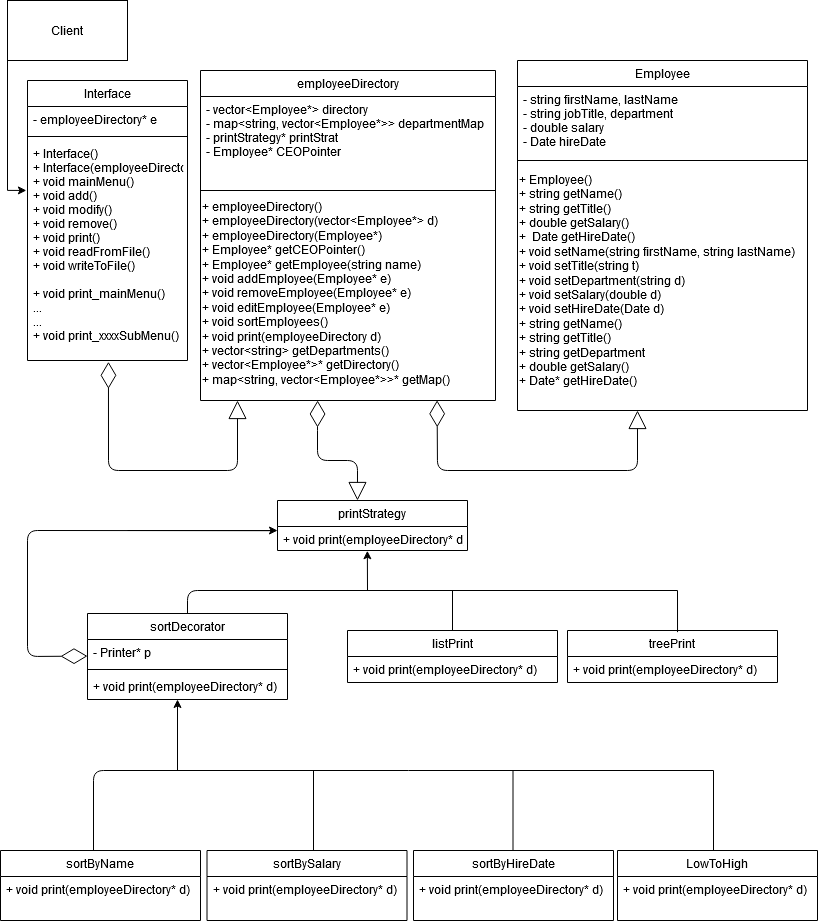
Above: images/final_diagram.png in davids598/EmployeeDirectoryProgram (draw.io), before the change. Source tidied: cells renumbered, new cells last; positions are measured from the earlier drawing's top-left corner, leaving out a move shared by most shapes.
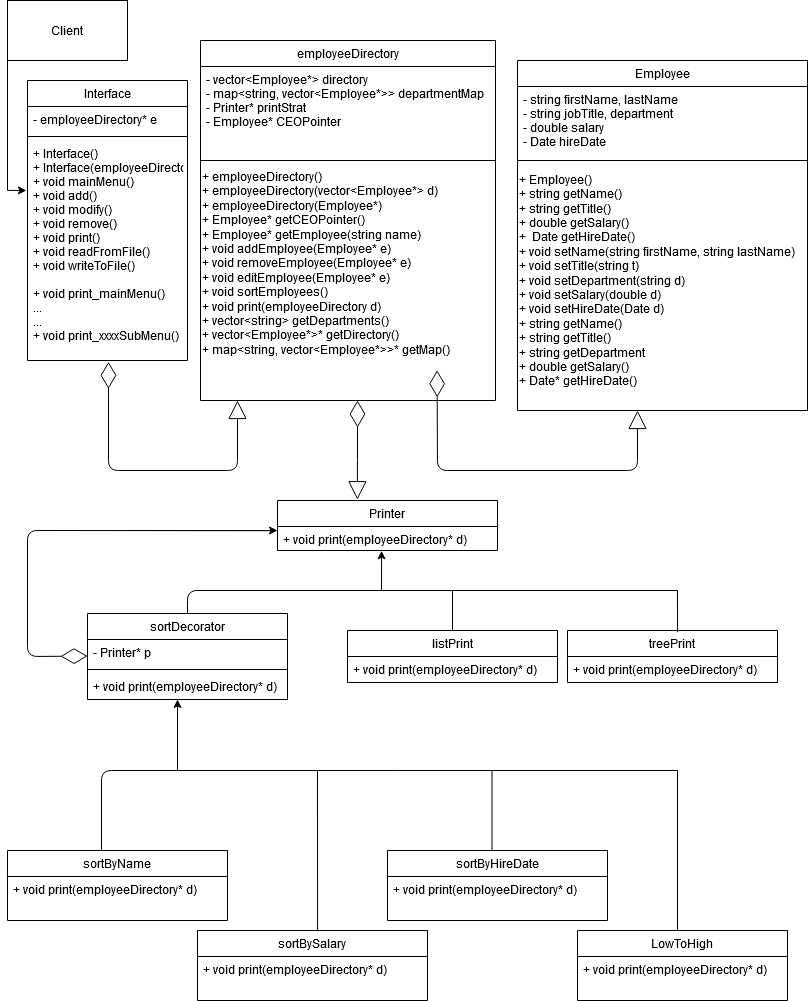
After the change.

Commit message:
updated class diagram

The edit, as a diff of the source:
```diff
@@ -15,15 +15,15 @@
       <mxGeometry y="110" width="290" height="220" as="geometry" />
     </mxCell>
     <mxCell id="6" value="LowToHigh" style="swimlane;fontStyle=0;align=center;verticalAlign=top;horizontal=1;startSize=26;rounded=0;shadow=0;strokeWidth=1;" parent="1" vertex="1">
-      <mxGeometry x="617" y="850" width="200" height="70" as="geometry" />
+      <mxGeometry x="577" y="930" width="210" height="70" as="geometry" />
     </mxCell>
     <mxCell id="7" value="+ void print(employeeDirectory* d)" style="text;align=left;verticalAlign=top;spacingLeft=4;spacingRight=4;overflow=hidden;" parent="6" vertex="1">
-      <mxGeometry y="26" width="200" height="26" as="geometry" />
+      <mxGeometry y="26" width="210" height="26" as="geometry" />
     </mxCell>
     <mxCell id="8" value="employeeDirectory" style="swimlane;fontStyle=0;align=center;verticalAlign=top;horizontal=1;startSize=26;rounded=0;shadow=0;strokeWidth=1;" parent="1" vertex="1">
-      <mxGeometry x="200" y="70" width="295" height="330" as="geometry" />
+      <mxGeometry x="200" y="40" width="295" height="360" as="geometry" />
     </mxCell>
-    <mxCell id="9" value="- vector&lt;Employee*&gt; directory&#10;- map&lt;string, vector&lt;Employee*&gt;&gt; departmentMap&#10;- printStrategy* printStrat&#10;- Employee* CEOPointer&#10;&#10;" style="text;align=left;verticalAlign=top;spacingLeft=4;spacingRight=4;overflow=hidden;" parent="8" vertex="1">
+    <mxCell id="9" value="- vector&lt;Employee*&gt; directory&#10;- map&lt;string, vector&lt;Employee*&gt;&gt; departmentMap&#10;- Printer* printStrat&#10;- Employee* CEOPointer&#10;&#10;" style="text;align=left;verticalAlign=top;spacingLeft=4;spacingRight=4;overflow=hidden;" parent="8" vertex="1">
       <mxGeometry y="26" width="295" height="84" as="geometry" />
     </mxCell>
     <mxCell id="10" style="line;html=1;strokeWidth=1;align=left;verticalAlign=middle;spacingTop=-1;spacingLeft=3;spacingRight=3;labelPosition=right;" parent="8" vertex="1">
@@ -33,16 +33,16 @@
       <mxGeometry y="130" width="295" height="200" as="geometry" />
     </mxCell>
     <mxCell id="12" value="sortBySalary" style="swimlane;fontStyle=0;align=center;verticalAlign=top;horizontal=1;startSize=26;rounded=0;shadow=0;strokeWidth=1;" parent="1" vertex="1">
-      <mxGeometry x="206.5" y="850" width="200" height="70" as="geometry" />
+      <mxGeometry x="197" y="930" width="230" height="70" as="geometry" />
     </mxCell>
     <mxCell id="13" value="+ void print(employeeDirectory* d)" style="text;align=left;verticalAlign=top;spacingLeft=4;spacingRight=4;overflow=hidden;" parent="12" vertex="1">
-      <mxGeometry y="26" width="200" height="26" as="geometry" />
+      <mxGeometry y="26" width="230" height="26" as="geometry" />
     </mxCell>
     <mxCell id="14" value="sortByName" style="swimlane;fontStyle=0;align=center;verticalAlign=top;horizontal=1;startSize=26;rounded=0;shadow=0;strokeWidth=1;" parent="1" vertex="1">
-      <mxGeometry y="850" width="200" height="70" as="geometry" />
+      <mxGeometry x="7" y="850" width="220" height="70" as="geometry" />
     </mxCell>
     <mxCell id="15" value="+ void print(employeeDirectory* d)" style="text;align=left;verticalAlign=top;spacingLeft=4;spacingRight=4;overflow=hidden;" parent="14" vertex="1">
-      <mxGeometry y="26" width="200" height="26" as="geometry" />
+      <mxGeometry y="26" width="220" height="26" as="geometry" />
     </mxCell>
     <mxCell id="16" style="edgeStyle=orthogonalEdgeStyle;rounded=0;jettySize=auto;html=1;entryX=-0.007;entryY=0.227;entryDx=0;entryDy=0;entryPerimeter=0;" parent="1" edge="1" source="17" target="39">
       <mxGeometry relative="1" as="geometry">
@@ -66,17 +66,17 @@
     <mxCell id="21" value="+ void print(employeeDirectory* d)" style="text;align=left;verticalAlign=top;spacingLeft=4;spacingRight=4;overflow=hidden;" parent="20" vertex="1">
       <mxGeometry y="26" width="210" height="26" as="geometry" />
     </mxCell>
-    <mxCell id="22" value="printStrategy" style="swimlane;fontStyle=0;align=center;verticalAlign=top;horizontal=1;startSize=26;" parent="1" vertex="1">
-      <mxGeometry x="277" y="500" width="190" height="50" as="geometry" />
+    <mxCell id="22" value="Printer" style="swimlane;fontStyle=0;align=center;verticalAlign=top;horizontal=1;startSize=26;" parent="1" vertex="1">
+      <mxGeometry x="277" y="500" width="220" height="50" as="geometry" />
     </mxCell>
     <mxCell id="23" value="+ void print(employeeDirectory* d)&#10;" style="text;strokeColor=none;fillColor=none;align=left;verticalAlign=top;spacingLeft=4;spacingRight=4;overflow=hidden;points=[[0,0.5],[1,0.5]];portConstraint=eastwest;" parent="22" vertex="1">
-      <mxGeometry y="26" width="190" height="24" as="geometry" />
+      <mxGeometry y="26" width="220" height="24" as="geometry" />
     </mxCell>
     <mxCell id="24" value="sortByHireDate" style="swimlane;fontStyle=0;align=center;verticalAlign=top;horizontal=1;startSize=26;rounded=0;shadow=0;strokeWidth=1;" parent="1" vertex="1">
-      <mxGeometry x="413" y="850" width="200" height="70" as="geometry" />
+      <mxGeometry x="387" y="850" width="220" height="70" as="geometry" />
     </mxCell>
     <mxCell id="25" value="+ void print(employeeDirectory* d)" style="text;align=left;verticalAlign=top;spacingLeft=4;spacingRight=4;overflow=hidden;" parent="24" vertex="1">
-      <mxGeometry y="26" width="200" height="26" as="geometry" />
+      <mxGeometry y="26" width="220" height="26" as="geometry" />
     </mxCell>
     <mxCell id="26" style="endArrow=none;html=1;exitX=0.5;exitY=0;exitDx=0;exitDy=0;" parent="1" edge="1">
       <mxGeometry relative="1" as="geometry">
@@ -99,34 +99,34 @@
     </mxCell>
     <mxCell id="29" style="endArrow=none;html=1;" parent="1" edge="1">
       <mxGeometry relative="1" as="geometry">
-        <mxPoint x="93" y="850" as="sourcePoint" />
-        <mxPoint x="713" y="770" as="targetPoint" />
+        <mxPoint x="101" y="850" as="sourcePoint" />
+        <mxPoint x="677" y="770" as="targetPoint" />
         <Array as="points">
-          <mxPoint x="93" y="770" />
+          <mxPoint x="101" y="770" />
         </Array>
       </mxGeometry>
     </mxCell>
     <mxCell id="30" style="endArrow=none;html=1;" parent="1" edge="1">
       <mxGeometry relative="1" as="geometry">
-        <mxPoint x="713" y="850" as="sourcePoint" />
-        <mxPoint x="713" y="770" as="targetPoint" />
+        <mxPoint x="677" y="930" as="sourcePoint" />
+        <mxPoint x="677" y="770" as="targetPoint" />
       </mxGeometry>
     </mxCell>
     <mxCell id="31" style="endArrow=none;html=1;" parent="1" edge="1">
       <mxGeometry relative="1" as="geometry">
-        <mxPoint x="512.5" y="850" as="sourcePoint" />
-        <mxPoint x="512.5" y="770" as="targetPoint" />
+        <mxPoint x="491.5" y="850" as="sourcePoint" />
+        <mxPoint x="491.5" y="770" as="targetPoint" />
       </mxGeometry>
     </mxCell>
-    <mxCell id="32" style="endArrow=none;html=1;" parent="1" edge="1">
+    <mxCell id="32" style="endArrow=none;html=1;exitX=0.522;exitY=0.005;exitDx=0;exitDy=0;exitPerimeter=0;" parent="1" edge="1" source="12">
       <mxGeometry relative="1" as="geometry">
-        <mxPoint x="313" y="850" as="sourcePoint" />
-        <mxPoint x="313" y="770" as="targetPoint" />
+        <mxPoint x="317" y="770" as="targetPoint" />
       </mxGeometry>
     </mxCell>
-    <mxCell id="33" style="endArrow=diamondThin;endFill=0;endSize=24;html=1;entryX=0.397;entryY=1;entryDx=0;entryDy=0;entryPerimeter=0;" parent="1" edge="1" target="11">
+    <mxCell id="33" style="endArrow=diamondThin;endFill=0;endSize=24;html=1;" parent="1" edge="1">
       <mxGeometry relative="1" as="geometry">
-        <mxPoint x="317" y="430" as="sourcePoint" />
+        <mxPoint x="357" y="450" as="sourcePoint" />
+        <mxPoint x="357" y="400" as="targetPoint" />
       </mxGeometry>
     </mxCell>
     <mxCell id="34" style="endArrow=diamondThin;endFill=0;endSize=24;html=1;exitX=-0.007;exitY=0.174;exitDx=0;exitDy=0;exitPerimeter=0;entryX=0;entryY=0.638;entryDx=0;entryDy=0;entryPerimeter=0;" parent="1" edge="1" source="23" target="46">
@@ -170,12 +170,11 @@
         </Array>
       </mxGeometry>
     </mxCell>
-    <mxCell id="42" style="endArrow=block;endSize=16;endFill=0;html=1;entryX=0.421;entryY=0;entryDx=0;entryDy=0;entryPerimeter=0;" parent="1" edge="1" target="22">
+    <mxCell id="42" style="endArrow=block;endSize=16;endFill=0;html=1;entryX=0.363;entryY=-0.016;entryDx=0;entryDy=0;entryPerimeter=0;" parent="1" edge="1" target="22">
       <mxGeometry x="0.12" y="-25" relative="1" as="geometry">
-        <mxPoint x="317" y="430" as="sourcePoint" />
+        <mxPoint x="357" y="430" as="sourcePoint" />
         <Array as="points">
-          <mxPoint x="317" y="460" />
-          <mxPoint x="357" y="460" />
+          <mxPoint x="357" y="450" />
         </Array>
         <mxPoint y="1" as="offset" />
       </mxGeometry>
@@ -188,7 +187,7 @@
     </mxCell>
     <mxCell id="44" style="endArrow=classic;html=1;entryX=0.473;entryY=1.011;entryDx=0;entryDy=0;entryPerimeter=0;" parent="1" edge="1" target="23">
       <mxGeometry relative="1" as="geometry">
-        <mxPoint x="367" y="590" as="sourcePoint" />
+        <mxPoint x="381" y="590" as="sourcePoint" />
       </mxGeometry>
     </mxCell>
     <mxCell id="45" value="sortDecorator" style="swimlane;fontStyle=0;align=center;verticalAlign=top;horizontal=1;startSize=26;" parent="1" vertex="1">
```
